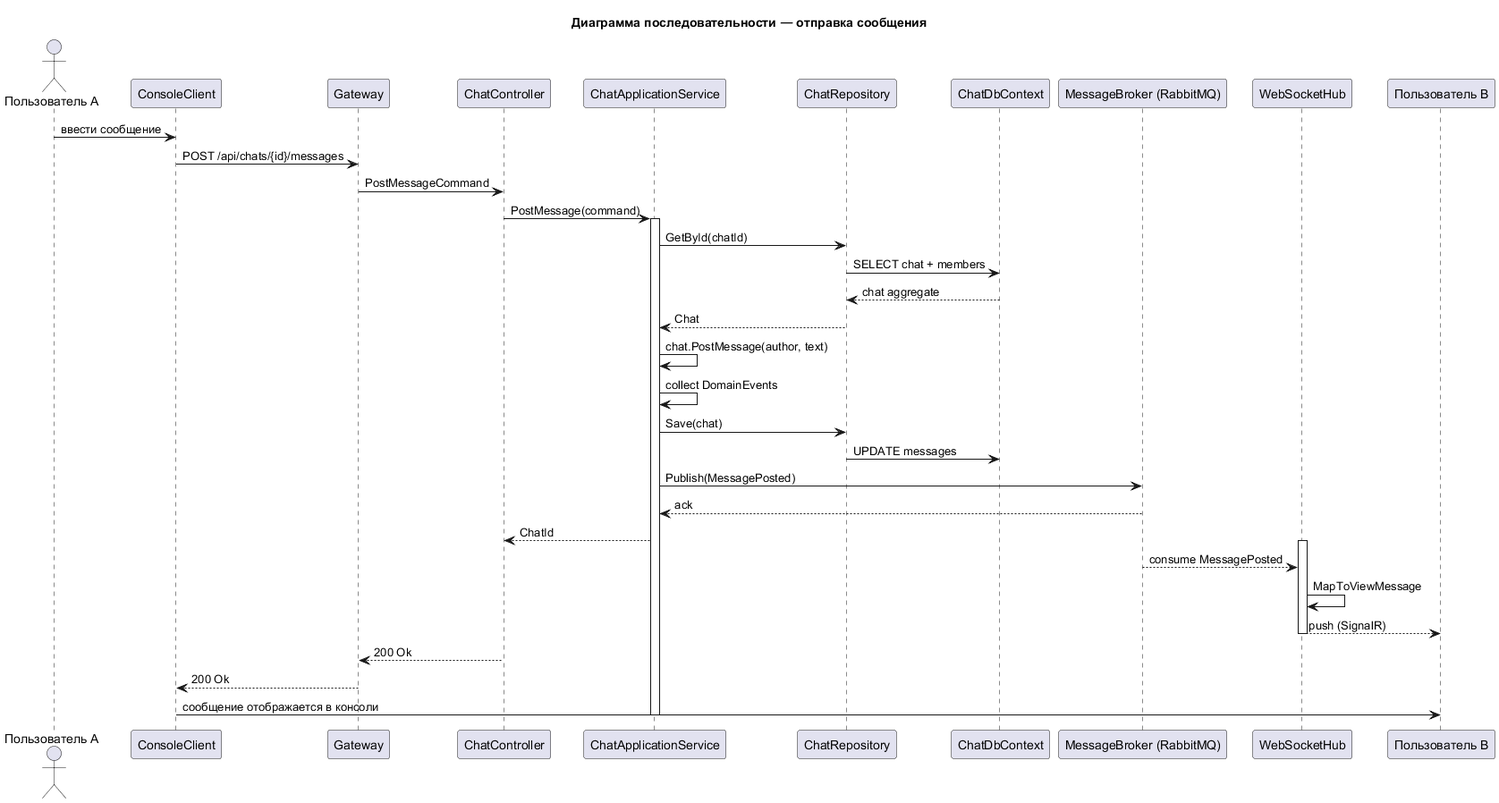
The PlantUML diagram Drafts/console_chat/uml/uml_sequence_message.png in DianaShak/BlackBox, before a commit.
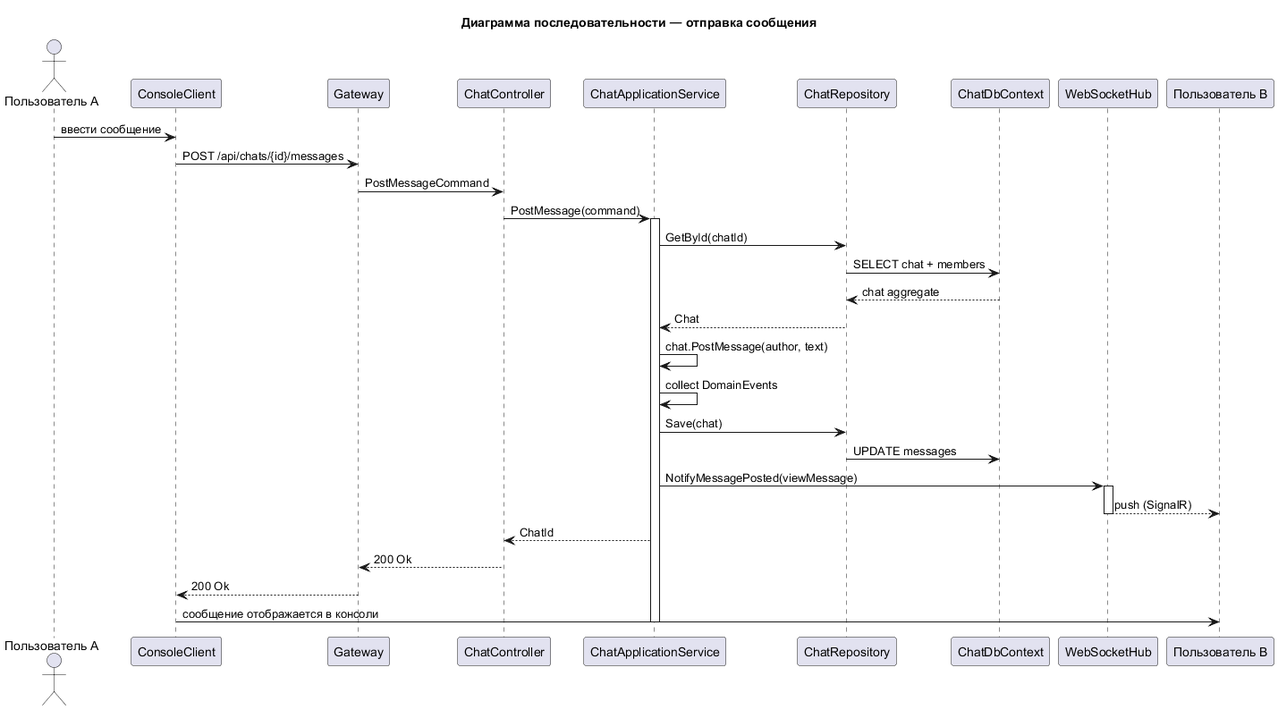
Later version of the same file.

What changed in the source:
```diff
@@ -6,7 +6,6 @@
 participant "ChatApplicationService" as APP
 participant "ChatRepository" as REPO
 participant "ChatDbContext" as DB
-participant "MessageBroker (RabbitMQ)" as MQ
 participant "WebSocketHub" as HUB
 participant "Пользователь B" as UB
 
@@ -25,15 +24,11 @@
 APP -> APP : collect DomainEvents
 APP -> REPO : Save(chat)
 REPO -> DB : UPDATE messages
-APP -> MQ : Publish(MessagePosted)
-MQ --> APP : ack
-APP --> CTRL : ChatId
+APP -> HUB : NotifyMessagePosted(viewMessage)
 activate HUB
-MQ --> HUB : consume MessagePosted
-deactivate MQ
-HUB -> HUB : MapToViewMessage
 HUB --> UB : push (SignalR)
 deactivate HUB
+APP --> CTRL : ChatId
 CTRL --> GW : 200 Ok
 GW --> C : 200 Ok
 C -> UB : сообщение отображается в консоли
```
